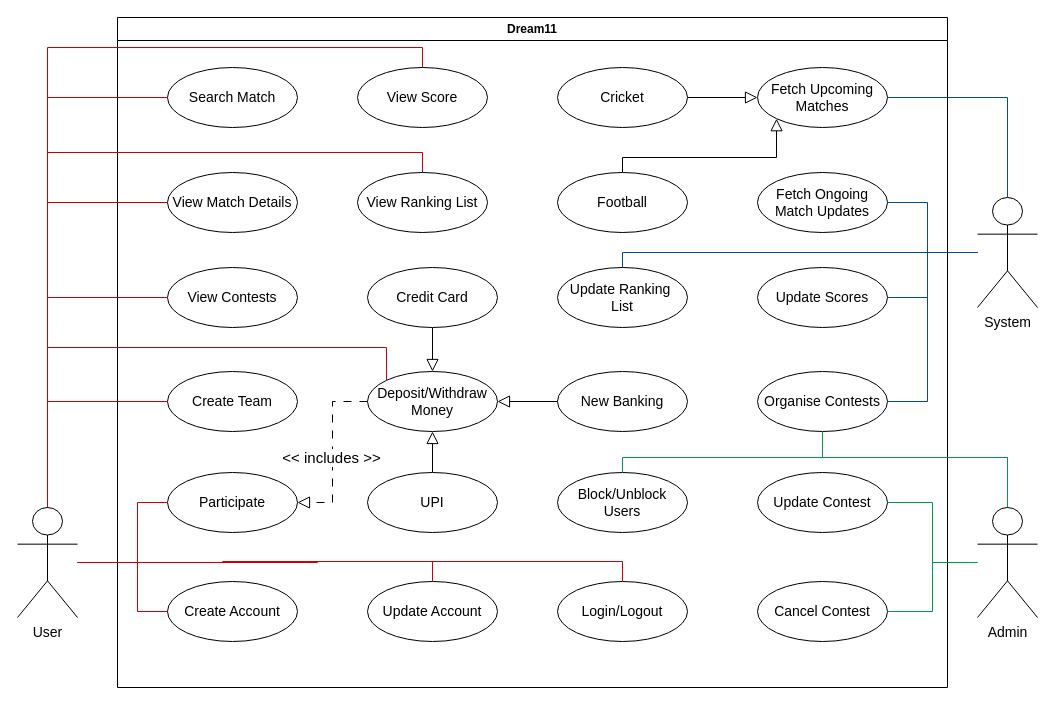
The draw.io diagram dream11-use-case.drawio in itspriyansh/system-design, before the edit. Source tidied: cells renumbered, new cells numbered last; positions are measured from the earlier drawing's top-left corner, leaving out a move shared by most shapes. Both pictures are drawn from the tidied source at 100%, with x=0, y=0 at pixel (17, 17).
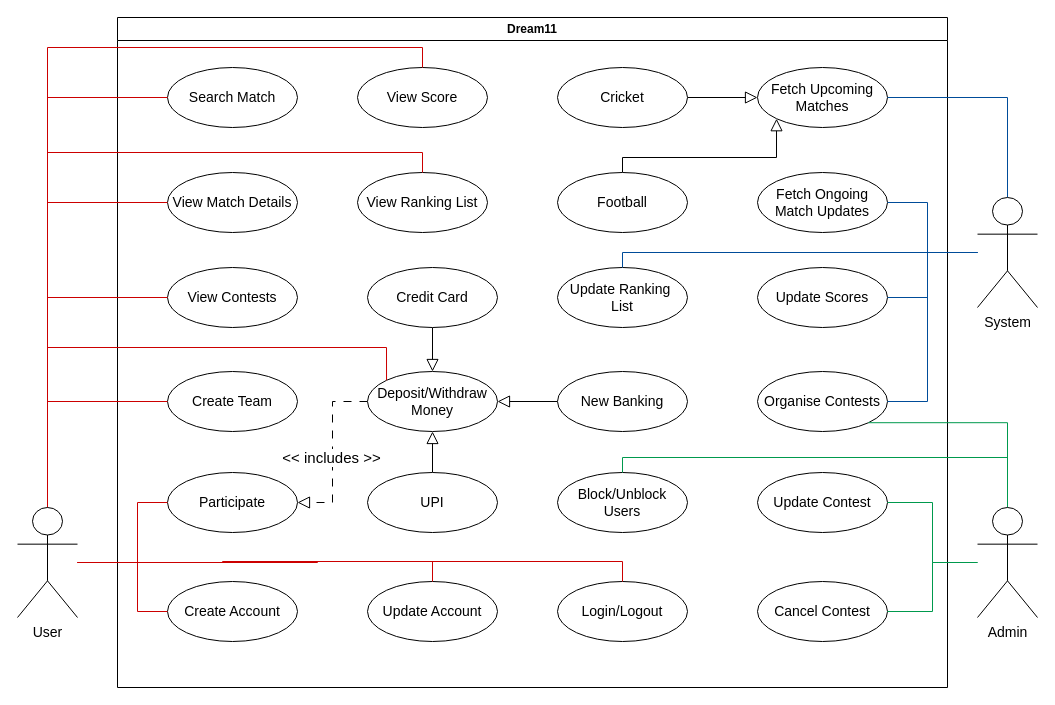
The same page after the edit.

Unchanged cells that the change refers to:
```xml
<mxCell id="22" value="&lt;font style=&quot;font-size: 14px;&quot;&gt;Organise Contests&lt;/font&gt;" style="ellipse;whiteSpace=wrap;html=1;" parent="2" vertex="1">
  <mxGeometry x="640" y="354" width="130" height="60" as="geometry" />
</mxCell>
<mxCell id="56" value="&lt;font style=&quot;font-size: 14px;&quot;&gt;Admin&lt;/font&gt;&lt;div&gt;&lt;font style=&quot;font-size: 16px;&quot;&gt;&lt;br&gt;&lt;/font&gt;&lt;/div&gt;" style="shape=umlActor;verticalLabelPosition=bottom;verticalAlign=top;html=1;outlineConnect=0;" parent="1" vertex="1">
  <mxGeometry x="960" y="490" width="60" height="110" as="geometry" />
</mxCell>
```

The edit, as a diff of the source:
```diff
@@
-    <mxCell id="54" style="edgeStyle=orthogonalEdgeStyle;rounded=0;jettySize=auto;html=1;entryX=0.5;entryY=1;entryDx=0;entryDy=0;strokeColor=#00994D;endArrow=none;endFill=0;" parent="1" edge="1" source="56" target="22">
+    <mxCell id="54" style="edgeStyle=orthogonalEdgeStyle;rounded=0;jettySize=auto;html=1;entryX=1;entryY=1;entryDx=0;entryDy=0;strokeColor=#00994D;endArrow=none;endFill=0;" parent="1" edge="1" source="56" target="22">
       <mxGeometry relative="1" as="geometry">
         <Array as="points">
-          <mxPoint x="990" y="440" />
-          <mxPoint x="805" y="440" />
+          <mxPoint x="990" y="405" />
         </Array>
       </mxGeometry>
     </mxCell>
```
